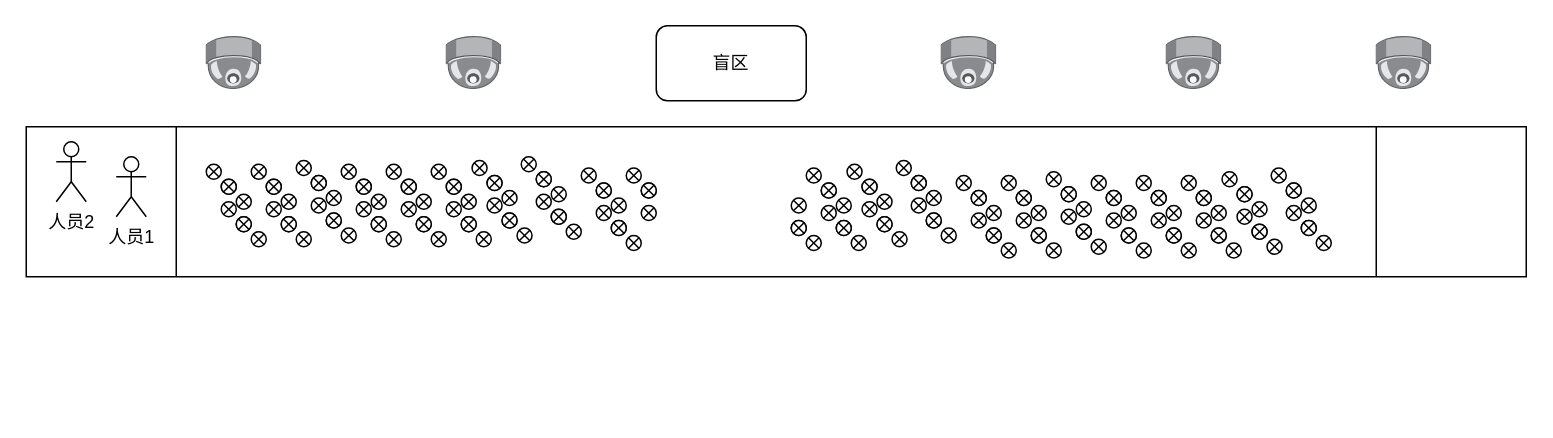
The draw.io diagram 人脸追踪.drawio in wangyufei0807/draw, before the edit. Source tidied: cells renumbered, new cells numbered last; positions are measured from the earlier drawing's top-left corner, leaving out a move shared by most shapes. Both pictures are drawn from the tidied source at 150%, with x=0, y=0 at pixel (26, 26).
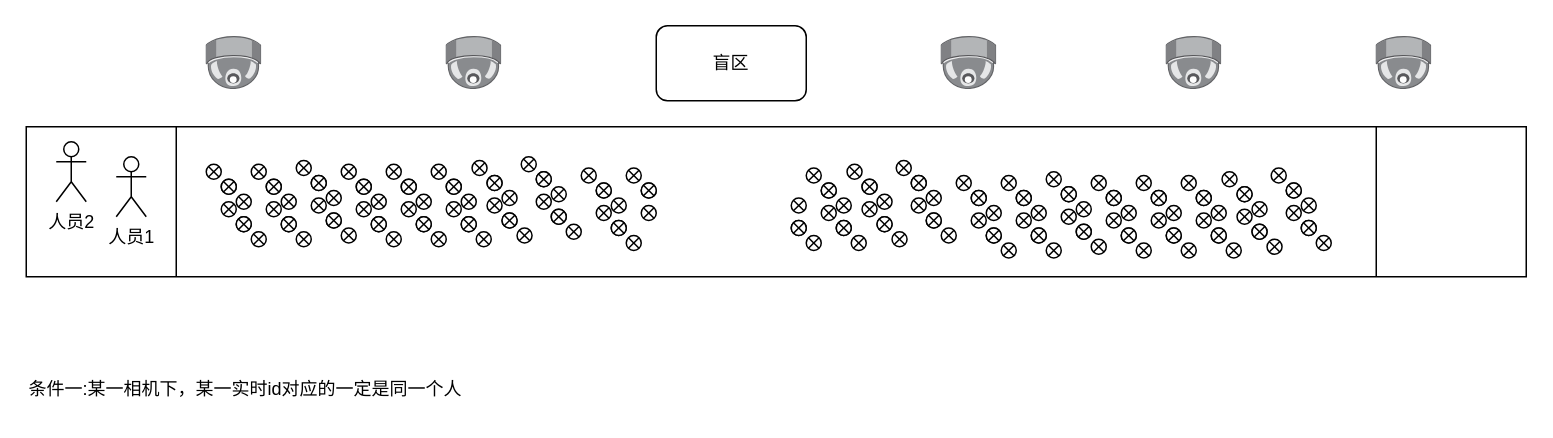
The same page after the edit.

Commit message (it also covers changes not shown here):
更新人脸追踪.drawio

What changed in the source:
```diff
@@
+    <mxCell id="179" value="条件一:某一相机下，某一实时id对应的一定是同一个人" style="text;html=1;strokeColor=none;fillColor=none;align=left;verticalAlign=middle;whiteSpace=wrap;rounded=0;" parent="1" vertex="1">
+      <mxGeometry y="227" width="430" height="30" as="geometry" />
+    </mxCell>
```
